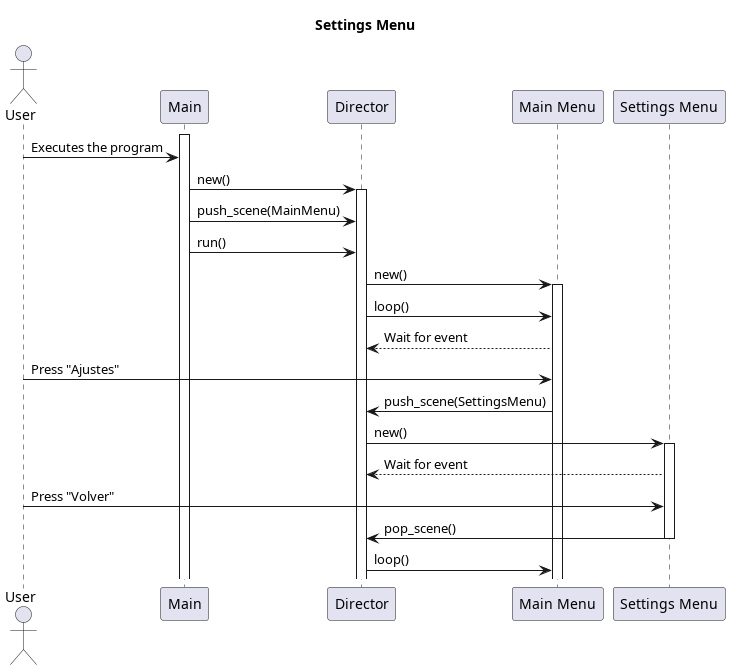
Tejon-Company/Tejon-Jumper keeps this PlantUML diagram as docs/images/sequence/settings_menu_sequence_diagram.png. Above is the earlier version. The source it was exported from:
```plantuml
@startuml Settings Menu Sequence Diagram

title Settings Menu

actor User
participant Main
participant Director
participant MainMenu as "Main Menu"
participant SettingsMenu as "Settings Menu"

activate Main
User -> Main: Executes the program
Main -> Director: new()
activate Director
Main -> Director: push_scene(MainMenu)
Main -> Director: run()
Director -> MainMenu: new()
activate MainMenu
Director -> MainMenu: loop()
MainMenu --> Director: Wait for event
User -> MainMenu: Press "Ajustes"
MainMenu -> Director: push_scene(SettingsMenu)
Director -> SettingsMenu: new()
activate SettingsMenu
SettingsMenu --> Director: Wait for event
User -> SettingsMenu: Press "Volver"
SettingsMenu -> Director: pop_scene()
deactivate SettingsMenu
Director -> MainMenu: loop()


@enduml
```
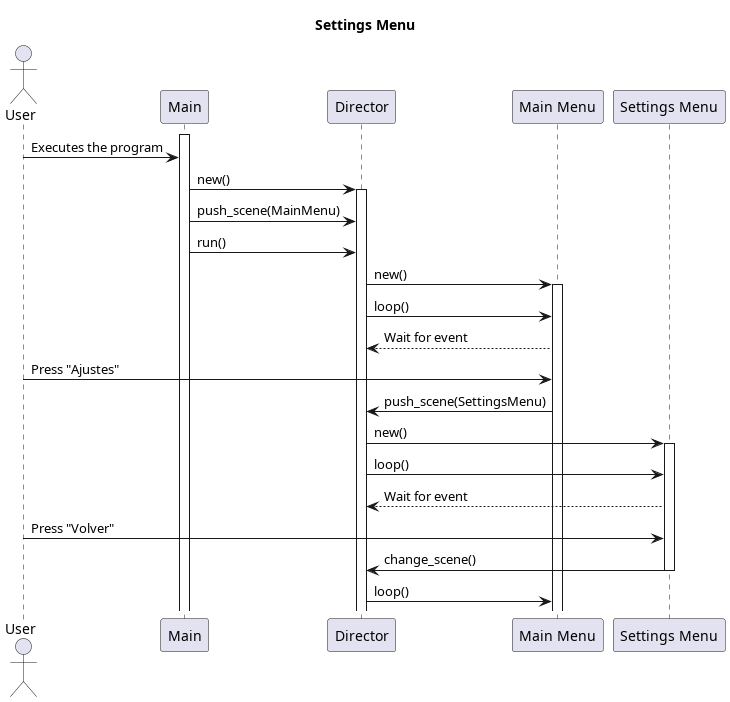
After the commit.

What changed in the source:
```diff
@@ -22,9 +22,10 @@
 MainMenu -> Director: push_scene(SettingsMenu)
 Director -> SettingsMenu: new()
 activate SettingsMenu
+Director -> SettingsMenu : loop()
 SettingsMenu --> Director: Wait for event
 User -> SettingsMenu: Press "Volver"
-SettingsMenu -> Director: pop_scene()
+SettingsMenu -> Director: change_scene()
 deactivate SettingsMenu
 Director -> MainMenu: loop()
 
```
